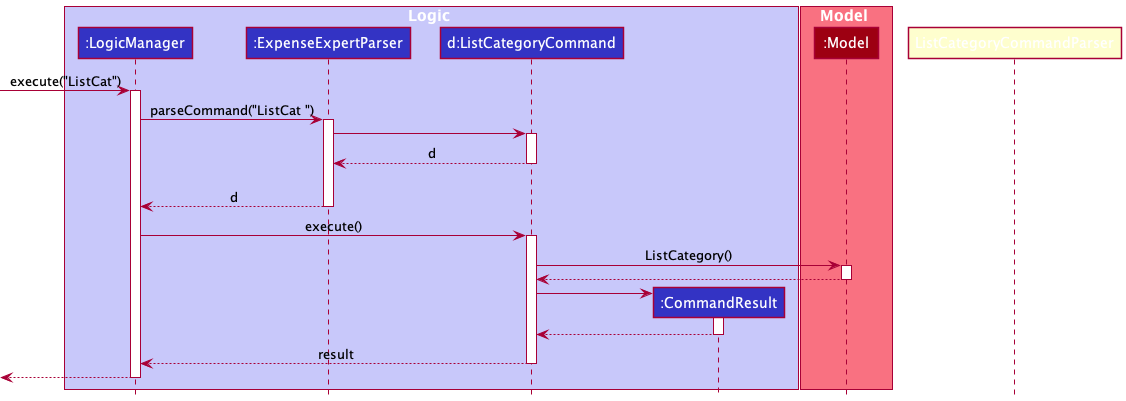
Above: docs/images/ListCatSequenceDiagram.png in riakhaitan/tp (PlantUML), before the change.
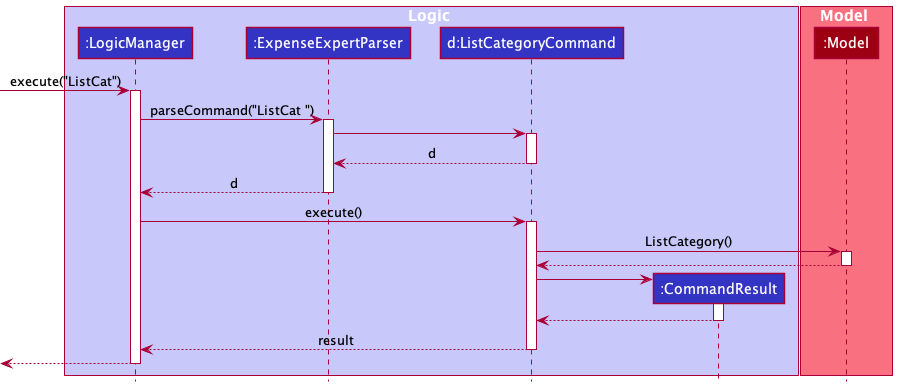
The same diagram one commit later.

Commit message:
clean up diagram

Diff of the diagram source:
```diff
@@ -18,15 +18,11 @@
 LogicManager -> ExpenseExpertParser : parseCommand("ListCat ")
 activate ExpenseExpertParser
 
-
-
 ExpenseExpertParser -> ListCategoryCommand
 activate ListCategoryCommand
 
 ListCategoryCommand --> ExpenseExpertParser : d
 deactivate ListCategoryCommand
-
-ListCategoryCommandParser -[hidden]-> ExpenseExpertParser
 
 ExpenseExpertParser --> LogicManager : d
 deactivate ExpenseExpertParser
```
